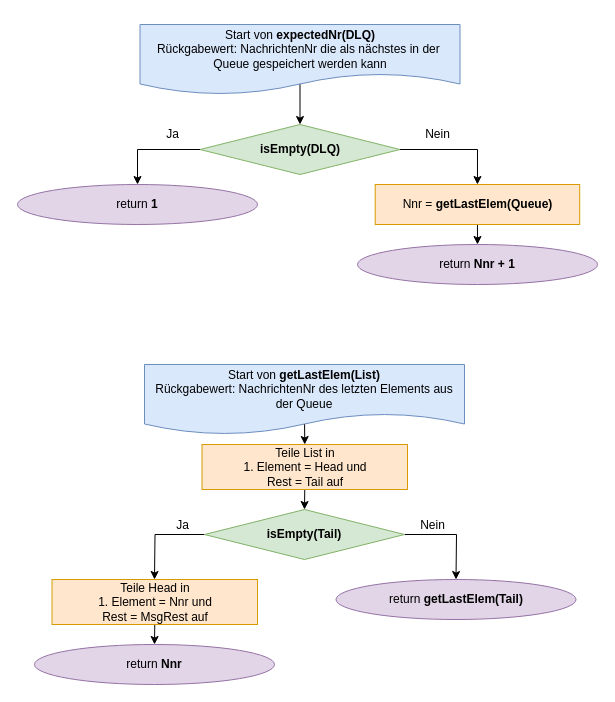
krisschaaf/Hausarbeit_Erlang_Queues keeps this draw.io diagram as Grafiken:Bilder/draw.io/DLQ/3. expectedNr.drawio. Above is the earlier version. Source tidied: cells renumbered, new cells numbered last; positions are measured from the earlier drawing's top-left corner, leaving out a move shared by most shapes. Both pictures are drawn from the tidied source at 100%, with x=0, y=0 at pixel (17, 24).
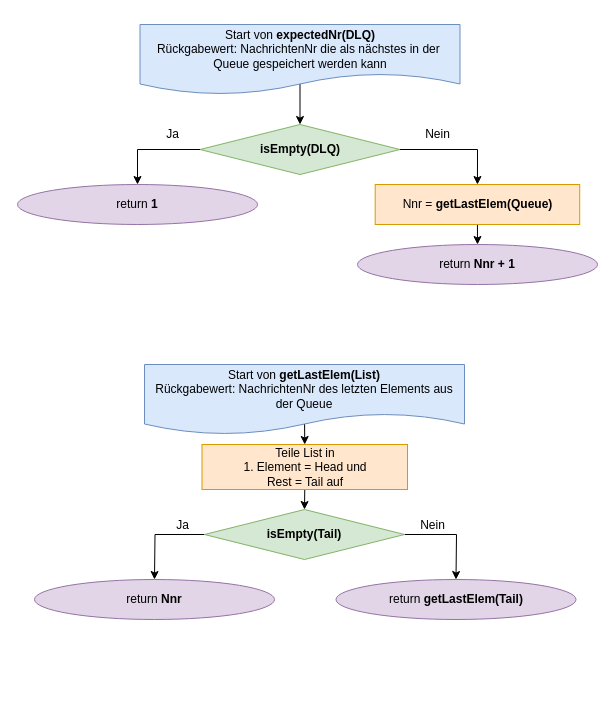
Above is the later version.

Change to the diagram source:
```diff
@@
     <mxCell id="10" value="return &lt;b&gt;Nnr&lt;/b&gt;" style="ellipse;whiteSpace=wrap;html=1;rounded=0;fillColor=#e1d5e7;strokeColor=#9673a6;" parent="1" vertex="1">
-      <mxGeometry x="17" y="620" width="240" height="40" as="geometry" />
+      <mxGeometry x="17" y="555" width="240" height="40" as="geometry" />
     </mxCell>
@@
-    <mxCell id="22" style="edgeStyle=orthogonalEdgeStyle;rounded=0;jettySize=auto;html=1;exitX=0.5;exitY=1;exitDx=0;exitDy=0;entryX=0.5;entryY=0;entryDx=0;entryDy=0;" parent="1" edge="1" source="23" target="10">
-      <mxGeometry relative="1" as="geometry" />
-    </mxCell>
-    <mxCell id="23" value="Teile Head in&lt;br&gt;1. Element = Nnr und&lt;br&gt;Rest = MsgRest auf" style="rounded=0;whiteSpace=wrap;html=1;fillColor=#ffe6cc;strokeColor=#d79b00;" parent="1" vertex="1">
-      <mxGeometry x="34.5" y="555" width="205.5" height="45" as="geometry" />
-    </mxCell>
```
